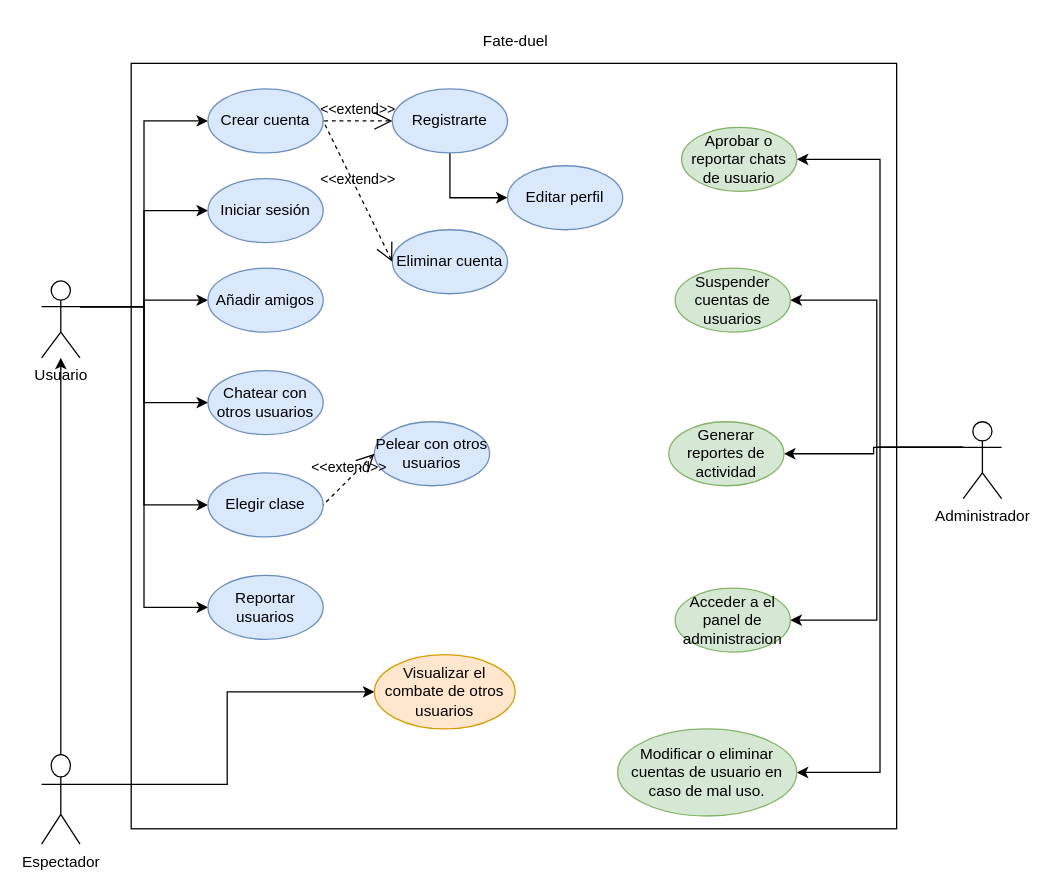
Earlier version of the draw.io diagram CASOS_DE_USO.drawio (HectorPoleo/fate-duel). Source tidied: cells renumbered, new cells numbered last; positions are measured from the earlier drawing's top-left corner, leaving out a move shared by most shapes. Both pictures are drawn from the tidied source at 128%, with x=0, y=0 at pixel (41, 22).
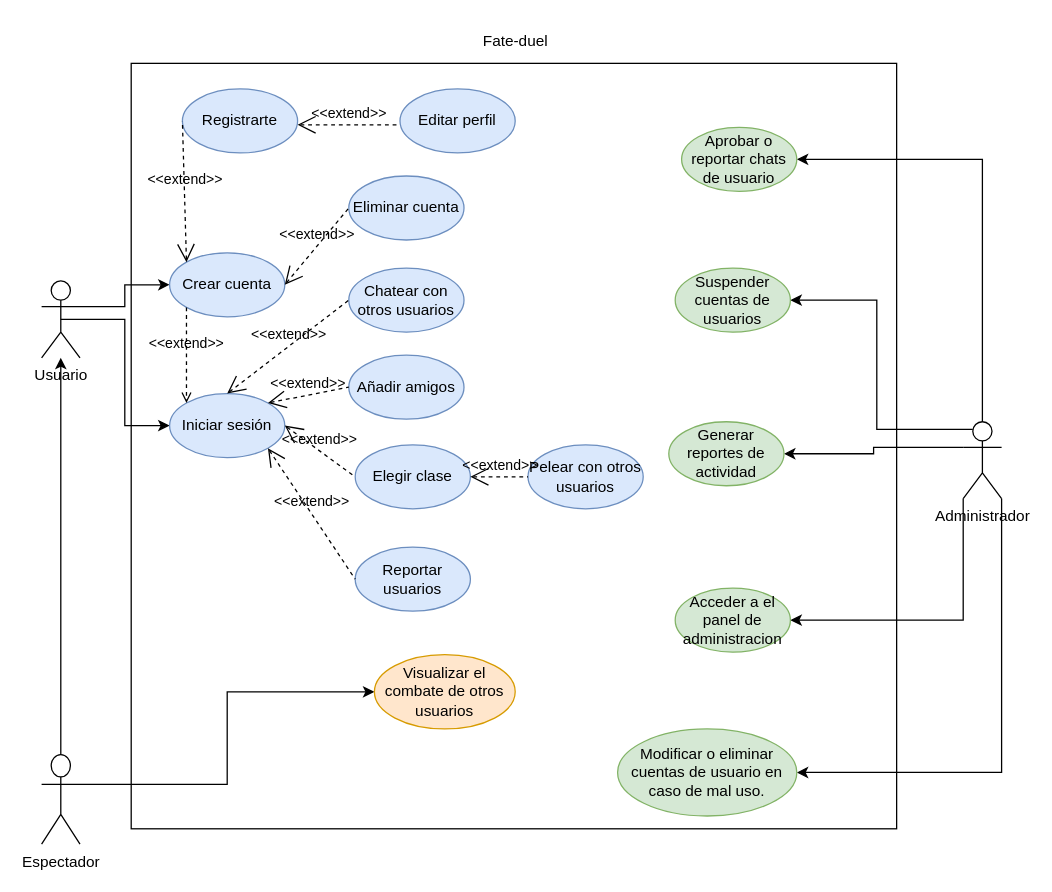
The same page after the edit.

The change refers to these unchanged cells:
```xml
<mxCell id="2" style="group;" parent="1" vertex="1">
  <mxGeometry width="750" height="662" as="geometry" />
</mxCell>
<mxCell id="10" value="Usuario" style="shape=umlActor;verticalLabelPosition=bottom;verticalAlign=top;html=1;outlineConnect=0;" parent="2" vertex="1">
  <mxGeometry y="202" width="30" height="60" as="geometry" />
</mxCell>
<mxCell id="33" value="Administrador" style="shape=umlActor;verticalLabelPosition=bottom;verticalAlign=top;html=1;outlineConnect=0;" parent="2" vertex="1">
  <mxGeometry x="720" y="312" width="30" height="60" as="geometry" />
</mxCell>
<mxCell id="34" value="Aprobar o reportar chats de usuario " style="ellipse;whiteSpace=wrap;html=1;fillColor=#d5e8d4;strokeColor=#82b366;" parent="2" vertex="1">
  <mxGeometry x="500" y="82" width="90" height="50" as="geometry" />
</mxCell>
<mxCell id="35" value="Suspender cuentas de usuarios" style="ellipse;whiteSpace=wrap;html=1;fillColor=#d5e8d4;strokeColor=#82b366;" parent="2" vertex="1">
  <mxGeometry x="495" y="192" width="90" height="50" as="geometry" />
</mxCell>
<mxCell id="36" value="Generar reportes de actividad" style="ellipse;whiteSpace=wrap;html=1;fillColor=#d5e8d4;strokeColor=#82b366;" parent="2" vertex="1">
  <mxGeometry x="490" y="312" width="90" height="50" as="geometry" />
</mxCell>
<mxCell id="37" value="Acceder a el panel de administracion" style="ellipse;whiteSpace=wrap;html=1;fillColor=#d5e8d4;strokeColor=#82b366;" parent="2" vertex="1">
  <mxGeometry x="495" y="442" width="90" height="50" as="geometry" />
</mxCell>
<mxCell id="38" value="Modificar o eliminar cuentas de usuario en caso de mal uso." style="ellipse;whiteSpace=wrap;html=1;fillColor=#d5e8d4;strokeColor=#82b366;" parent="2" vertex="1">
  <mxGeometry x="450" y="552" width="140" height="68" as="geometry" />
</mxCell>
```

The edit, as a diff of the source:
```diff
@@
-    <mxCell id="5" style="edgeStyle=orthogonalEdgeStyle;rounded=0;jettySize=auto;html=1;exitX=1;exitY=0.3333333333333333;exitDx=0;exitDy=0;exitPerimeter=0;entryX=0;entryY=0.5;entryDx=0;entryDy=0;" parent="2" edge="1" source="10" target="15">
-      <mxGeometry relative="1" as="geometry" />
-    </mxCell>
-    <mxCell id="6" style="edgeStyle=orthogonalEdgeStyle;rounded=0;jettySize=auto;html=1;exitX=1;exitY=0.3333333333333333;exitDx=0;exitDy=0;exitPerimeter=0;entryX=0;entryY=0.5;entryDx=0;entryDy=0;" parent="2" edge="1" source="10" target="16">
-      <mxGeometry relative="1" as="geometry" />
-    </mxCell>
-    <mxCell id="7" style="edgeStyle=orthogonalEdgeStyle;rounded=0;jettySize=auto;html=1;exitX=1;exitY=0.3333333333333333;exitDx=0;exitDy=0;exitPerimeter=0;entryX=0;entryY=0.5;entryDx=0;entryDy=0;" parent="2" edge="1" source="10" target="17">
-      <mxGeometry relative="1" as="geometry" />
-    </mxCell>
-    <mxCell id="8" style="edgeStyle=orthogonalEdgeStyle;rounded=0;jettySize=auto;html=1;exitX=1;exitY=0.3333333333333333;exitDx=0;exitDy=0;exitPerimeter=0;entryX=0;entryY=0.5;entryDx=0;entryDy=0;" parent="2" edge="1" source="10" target="20">
-      <mxGeometry relative="1" as="geometry" />
-    </mxCell>
-    <mxCell id="9" style="edgeStyle=orthogonalEdgeStyle;rounded=0;jettySize=auto;html=1;exitX=1;exitY=0.3333333333333333;exitDx=0;exitDy=0;exitPerimeter=0;entryX=0;entryY=0.5;entryDx=0;entryDy=0;" parent="2" edge="1" source="10" target="40">
+    <mxCell id="9" style="edgeStyle=orthogonalEdgeStyle;rounded=0;jettySize=auto;html=1;exitX=0.5;exitY=0.5;exitDx=0;exitDy=0;exitPerimeter=0;entryX=0;entryY=0.5;entryDx=0;entryDy=0;" parent="2" edge="1" source="10" target="40">
       <mxGeometry relative="1" as="geometry" />
     </mxCell>
@@
     <mxCell id="11" value="Crear cuenta" style="ellipse;whiteSpace=wrap;html=1;fillColor=#dae8fc;strokeColor=#6c8ebf;" parent="2" vertex="1">
-      <mxGeometry x="130" y="52" width="90" height="50" as="geometry" />
+      <mxGeometry x="100" y="180" width="90" height="50" as="geometry" />
     </mxCell>
-    <mxCell id="12" style="edgeStyle=orthogonalEdgeStyle;rounded=0;jettySize=auto;html=1;exitX=0.5;exitY=1;exitDx=0;exitDy=0;entryX=0;entryY=0.5;entryDx=0;entryDy=0;" parent="2" edge="1" source="13" target="14">
-      <mxGeometry relative="1" as="geometry" />
-    </mxCell>
     <mxCell id="13" value="Registrarte" style="ellipse;whiteSpace=wrap;html=1;fillColor=#dae8fc;strokeColor=#6c8ebf;" parent="2" vertex="1">
-      <mxGeometry x="274" y="52" width="90" height="50" as="geometry" />
+      <mxGeometry x="110" y="52" width="90" height="50" as="geometry" />
     </mxCell>
     <mxCell id="14" value="Editar perfil" style="ellipse;whiteSpace=wrap;html=1;fillColor=#dae8fc;strokeColor=#6c8ebf;" parent="2" vertex="1">
-      <mxGeometry x="364" y="112" width="90" height="50" as="geometry" />
+      <mxGeometry x="280" y="52" width="90" height="50" as="geometry" />
     </mxCell>
     <mxCell id="15" value="Añadir amigos" style="ellipse;whiteSpace=wrap;html=1;fillColor=#dae8fc;strokeColor=#6c8ebf;" parent="2" vertex="1">
-      <mxGeometry x="130" y="192" width="90" height="50" as="geometry" />
+      <mxGeometry x="240" y="260" width="90" height="50" as="geometry" />
     </mxCell>
     <mxCell id="16" value="Chatear con otros usuarios" style="ellipse;whiteSpace=wrap;html=1;fillColor=#dae8fc;strokeColor=#6c8ebf;" parent="2" vertex="1">
-      <mxGeometry x="130" y="272" width="90" height="50" as="geometry" />
+      <mxGeometry x="240" y="192" width="90" height="50" as="geometry" />
     </mxCell>
     <mxCell id="17" value="Elegir clase" style="ellipse;whiteSpace=wrap;html=1;fillColor=#dae8fc;strokeColor=#6c8ebf;" parent="2" vertex="1">
-      <mxGeometry x="130" y="352" width="90" height="50" as="geometry" />
+      <mxGeometry x="245" y="330" width="90" height="50" as="geometry" />
     </mxCell>
     <mxCell id="18" value="Pelear con otros usuarios" style="ellipse;whiteSpace=wrap;html=1;fillColor=#dae8fc;strokeColor=#6c8ebf;" parent="2" vertex="1">
-      <mxGeometry x="260" y="312" width="90" height="50" as="geometry" />
+      <mxGeometry x="380" y="330" width="90" height="50" as="geometry" />
     </mxCell>
     <mxCell id="19" value="Eliminar cuenta" style="ellipse;whiteSpace=wrap;html=1;fillColor=#dae8fc;strokeColor=#6c8ebf;" parent="2" vertex="1">
-      <mxGeometry x="274" y="162" width="90" height="50" as="geometry" />
+      <mxGeometry x="240" y="120" width="90" height="50" as="geometry" />
     </mxCell>
     <mxCell id="20" value="Reportar usuarios" style="ellipse;whiteSpace=wrap;html=1;fillColor=#dae8fc;strokeColor=#6c8ebf;" parent="2" vertex="1">
-      <mxGeometry x="130" y="432" width="90" height="50" as="geometry" />
+      <mxGeometry x="245" y="410" width="90" height="50" as="geometry" />
     </mxCell>
-    <mxCell id="21" value="&amp;lt;&amp;lt;extend&amp;gt;&amp;gt;" style="edgeStyle=none;html=1;startArrow=open;endArrow=none;startSize=12;verticalAlign=bottom;dashed=1;labelBackgroundColor=none;rounded=0;entryX=1;entryY=0.5;entryDx=0;entryDy=0;exitX=0;exitY=0.5;exitDx=0;exitDy=0;" parent="2" edge="1" source="18" target="17">
+    <mxCell id="21" value="&amp;lt;&amp;lt;extend&amp;gt;&amp;gt;" style="edgeStyle=none;html=1;startArrow=open;endArrow=none;startSize=12;verticalAlign=bottom;dashed=1;labelBackgroundColor=none;rounded=0;entryX=0;entryY=0.5;entryDx=0;entryDy=0;exitX=1;exitY=0.5;exitDx=0;exitDy=0;" parent="2" edge="1" source="17" target="18">
       <mxGeometry relative="1" as="geometry" />
     </mxCell>
-    <mxCell id="22" value="&amp;lt;&amp;lt;extend&amp;gt;&amp;gt;" style="edgeStyle=none;html=1;startArrow=open;endArrow=none;startSize=12;verticalAlign=bottom;dashed=1;labelBackgroundColor=none;rounded=0;entryX=1;entryY=0.5;entryDx=0;entryDy=0;exitX=0;exitY=0.5;exitDx=0;exitDy=0;" parent="2" edge="1" source="13" target="11">
+    <mxCell id="22" value="&amp;lt;&amp;lt;extend&amp;gt;&amp;gt;" style="edgeStyle=none;html=1;startArrow=open;endArrow=none;startSize=12;verticalAlign=bottom;dashed=1;labelBackgroundColor=none;rounded=0;entryX=0;entryY=0.5;entryDx=0;entryDy=0;exitX=0;exitY=0;exitDx=0;exitDy=0;" parent="2" edge="1" source="11" target="13">
       <mxGeometry relative="1" as="geometry" />
     </mxCell>
-    <mxCell id="23" value="&amp;lt;&amp;lt;extend&amp;gt;&amp;gt;" style="edgeStyle=none;html=1;startArrow=open;endArrow=none;startSize=12;verticalAlign=bottom;dashed=1;labelBackgroundColor=none;rounded=0;exitX=0;exitY=0.5;exitDx=0;exitDy=0;entryX=1;entryY=0.5;entryDx=0;entryDy=0;" parent="2" edge="1" source="19" target="11">
+    <mxCell id="23" value="&amp;lt;&amp;lt;extend&amp;gt;&amp;gt;" style="edgeStyle=none;html=1;startArrow=open;endArrow=none;startSize=12;verticalAlign=bottom;dashed=1;labelBackgroundColor=none;rounded=0;entryX=0;entryY=0.5;entryDx=0;entryDy=0;exitX=1;exitY=0.5;exitDx=0;exitDy=0;" parent="2" edge="1" source="11" target="19">
       <mxGeometry relative="1" as="geometry" />
     </mxCell>
@@
+    <mxCell id="30" style="edgeStyle=orthogonalEdgeStyle;rounded=0;jettySize=auto;html=1;exitX=0;exitY=0.3333333333333333;exitDx=0;exitDy=0;exitPerimeter=0;entryX=1;entryY=0.5;entryDx=0;entryDy=0;" parent="2" edge="1" source="33" target="36">
+      <mxGeometry relative="1" as="geometry" />
+    </mxCell>
+    <mxCell id="29" style="edgeStyle=orthogonalEdgeStyle;rounded=0;jettySize=auto;html=1;exitX=0.25;exitY=0.1;exitDx=0;exitDy=0;exitPerimeter=0;entryX=1;entryY=0.5;entryDx=0;entryDy=0;" parent="2" edge="1" source="33" target="35">
+      <mxGeometry relative="1" as="geometry" />
+    </mxCell>
-    <mxCell id="28" style="edgeStyle=orthogonalEdgeStyle;rounded=0;jettySize=auto;html=1;exitX=0;exitY=0.3333333333333333;exitDx=0;exitDy=0;exitPerimeter=0;entryX=1;entryY=0.5;entryDx=0;entryDy=0;" parent="2" edge="1" source="33" target="34">
+    <mxCell id="28" style="edgeStyle=orthogonalEdgeStyle;rounded=0;jettySize=auto;html=1;exitX=0.5;exitY=0;exitDx=0;exitDy=0;exitPerimeter=0;entryX=1;entryY=0.5;entryDx=0;entryDy=0;" parent="2" edge="1" source="33" target="34">
       <mxGeometry relative="1" as="geometry" />
     </mxCell>
-    <mxCell id="29" style="edgeStyle=orthogonalEdgeStyle;rounded=0;jettySize=auto;html=1;entryX=1;entryY=0.5;entryDx=0;entryDy=0;exitX=0;exitY=0.3333333333333333;exitDx=0;exitDy=0;exitPerimeter=0;" parent="2" edge="1" source="33" target="35">
-      <mxGeometry relative="1" as="geometry" />
-    </mxCell>
-    <mxCell id="30" style="edgeStyle=orthogonalEdgeStyle;rounded=0;jettySize=auto;html=1;exitX=0;exitY=0.3333333333333333;exitDx=0;exitDy=0;exitPerimeter=0;entryX=1;entryY=0.5;entryDx=0;entryDy=0;" parent="2" edge="1" source="33" target="36">
-      <mxGeometry relative="1" as="geometry" />
-    </mxCell>
-    <mxCell id="31" style="edgeStyle=orthogonalEdgeStyle;rounded=0;jettySize=auto;html=1;exitX=0;exitY=0.3333333333333333;exitDx=0;exitDy=0;exitPerimeter=0;entryX=1;entryY=0.5;entryDx=0;entryDy=0;" parent="2" edge="1" source="33" target="37">
+    <mxCell id="31" style="edgeStyle=orthogonalEdgeStyle;rounded=0;jettySize=auto;html=1;exitX=0;exitY=1;exitDx=0;exitDy=0;exitPerimeter=0;entryX=1;entryY=0.5;entryDx=0;entryDy=0;" parent="2" edge="1" source="33" target="37">
       <mxGeometry relative="1" as="geometry" />
     </mxCell>
-    <mxCell id="32" style="edgeStyle=orthogonalEdgeStyle;rounded=0;jettySize=auto;html=1;exitX=0;exitY=0.3333333333333333;exitDx=0;exitDy=0;exitPerimeter=0;entryX=1;entryY=0.5;entryDx=0;entryDy=0;" parent="2" edge="1" source="33" target="38">
+    <mxCell id="32" style="edgeStyle=orthogonalEdgeStyle;rounded=0;jettySize=auto;html=1;exitX=1;exitY=1;exitDx=0;exitDy=0;exitPerimeter=0;entryX=1;entryY=0.5;entryDx=0;entryDy=0;" parent="2" edge="1" source="33" target="38">
       <mxGeometry relative="1" as="geometry" />
     </mxCell>
@@
     <mxCell id="40" value="Iniciar sesión" style="ellipse;whiteSpace=wrap;html=1;fillColor=#dae8fc;strokeColor=#6c8ebf;" parent="2" vertex="1">
-      <mxGeometry x="130" y="122" width="90" height="50" as="geometry" />
+      <mxGeometry x="100" y="290" width="90" height="50" as="geometry" />
     </mxCell>
+    <mxCell id="41" value="&amp;lt;&amp;lt;extend&amp;gt;&amp;gt;" style="edgeStyle=none;html=1;startArrow=open;endArrow=none;startSize=12;verticalAlign=bottom;dashed=1;labelBackgroundColor=none;rounded=0;exitX=1;exitY=0.5;exitDx=0;exitDy=0;entryX=0;entryY=0.5;entryDx=0;entryDy=0;" parent="2" edge="1" source="40" target="17">
+      <mxGeometry relative="1" as="geometry" />
+    </mxCell>
+    <mxCell id="42" value="&amp;lt;&amp;lt;extend&amp;gt;&amp;gt;" style="edgeStyle=none;html=1;startArrow=open;endArrow=none;startSize=12;verticalAlign=bottom;dashed=1;labelBackgroundColor=none;rounded=0;entryX=0;entryY=0.5;entryDx=0;entryDy=0;exitX=1;exitY=1;exitDx=0;exitDy=0;" parent="2" edge="1" source="40" target="20">
+      <mxGeometry relative="1" as="geometry" />
+    </mxCell>
+    <mxCell id="43" value="&amp;lt;&amp;lt;extend&amp;gt;&amp;gt;" style="edgeStyle=none;html=1;startArrow=open;endArrow=none;startSize=12;verticalAlign=bottom;dashed=1;labelBackgroundColor=none;rounded=0;entryX=0;entryY=0.5;entryDx=0;entryDy=0;exitX=1;exitY=0;exitDx=0;exitDy=0;" parent="2" edge="1" source="40" target="15">
+      <mxGeometry relative="1" as="geometry" />
+    </mxCell>
+    <mxCell id="44" value="&amp;lt;&amp;lt;extend&amp;gt;&amp;gt;" style="edgeStyle=none;html=1;startArrow=open;endArrow=none;startSize=12;verticalAlign=bottom;dashed=1;labelBackgroundColor=none;rounded=0;entryX=0;entryY=0.5;entryDx=0;entryDy=0;exitX=0.5;exitY=0;exitDx=0;exitDy=0;" parent="2" edge="1" source="40" target="16">
+      <mxGeometry relative="1" as="geometry" />
+    </mxCell>
+    <mxCell id="45" value="&amp;lt;&amp;lt;extend&amp;gt;&amp;gt;" style="edgeStyle=none;html=1;startArrow=open;endArrow=none;startSize=12;verticalAlign=bottom;dashed=1;labelBackgroundColor=none;rounded=0;" parent="2" edge="1">
+      <mxGeometry relative="1" as="geometry">
+        <mxPoint x="200" y="80" as="sourcePoint" />
+        <mxPoint x="280" y="80" as="targetPoint" />
+      </mxGeometry>
+    </mxCell>
+    <mxCell id="46" value="&amp;lt;&amp;lt;extend&amp;gt;&amp;gt;" style="edgeStyle=none;html=1;endArrow=open;verticalAlign=bottom;dashed=1;labelBackgroundColor=none;rounded=0;exitX=0;exitY=1;exitDx=0;exitDy=0;entryX=0;entryY=0;entryDx=0;entryDy=0;" parent="2" edge="1" source="11" target="40">
+      <mxGeometry relative="1" as="geometry" />
+    </mxCell>
```
